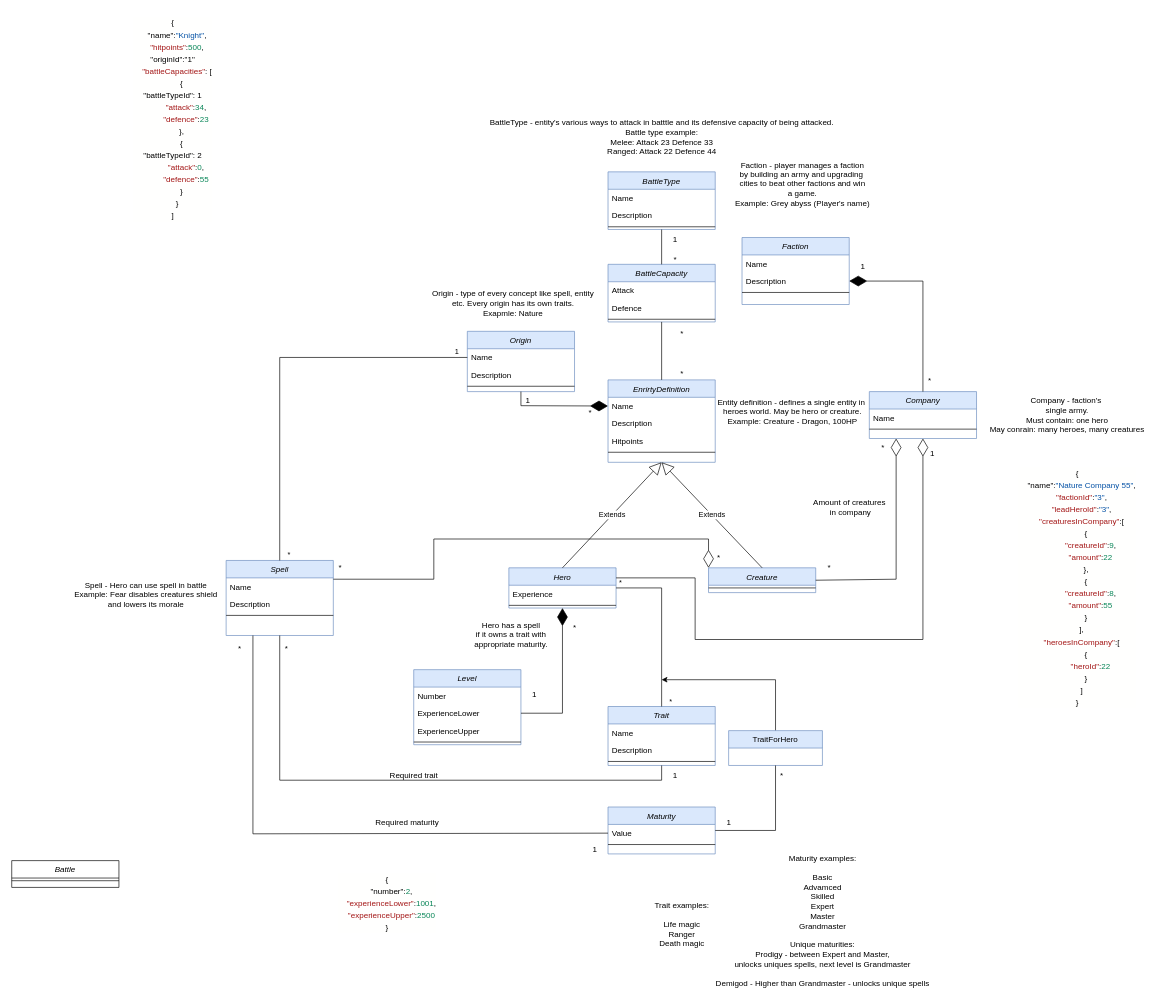
petar111/heroes-system keeps this draw.io diagram as documentation/heroes-overview.drawio. Above is the earlier version. Source tidied: cells renumbered, new cells numbered last; positions are measured from the earlier drawing's top-left corner, leaving out a move shared by most shapes. Both pictures are drawn from the tidied source at 67%, with x=0, y=0 at pixel (11, 11).
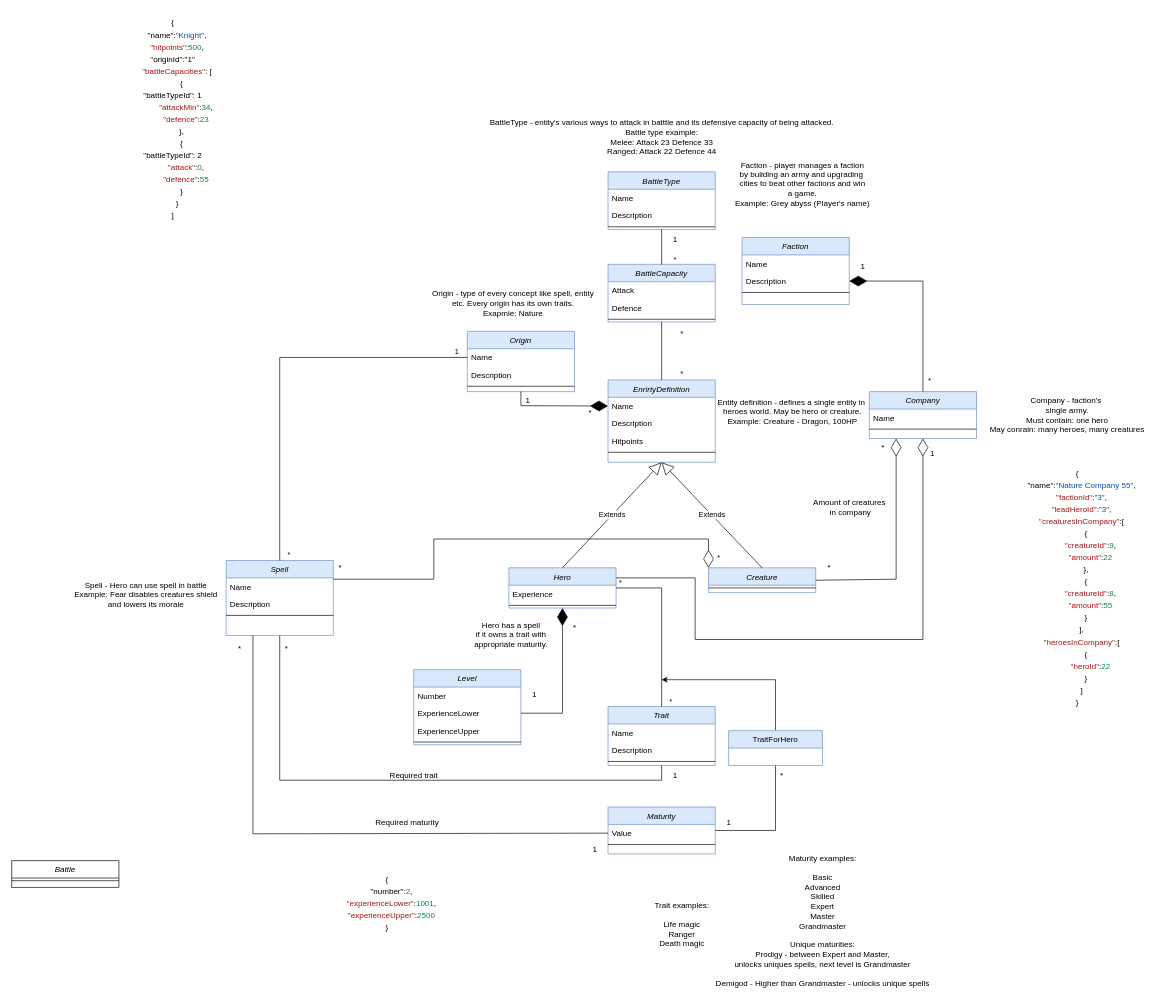
The same page after the edit.

Diff of the diagram source:
```diff
@@
-    <mxCell id="94" value="Maturity examples:&lt;br&gt;&lt;br&gt;Basic&lt;br&gt;Advamced&lt;br&gt;Skilled&lt;br&gt;Expert&lt;br&gt;Master&lt;br&gt;Grandmaster&lt;br&gt;&lt;br&gt;Unique maturities:&lt;br&gt;Prodigy - between Expert and Master, &lt;br&gt;unlocks uniques spells, next level is Grandmaster&lt;br&gt;&lt;br&gt;Demigod - Higher than Grandmaster - unlocks unique spells&lt;br&gt;" style="text;html=1;align=center;verticalAlign=middle;strokeColor=none;fillColor=none;" parent="1" vertex="1">
+    <mxCell id="94" value="Maturity examples:&lt;br&gt;&lt;br&gt;Basic&lt;br&gt;Advanced&lt;br&gt;Skilled&lt;br&gt;Expert&lt;br&gt;Master&lt;br&gt;Grandmaster&lt;br&gt;&lt;br&gt;Unique maturities:&lt;br&gt;Prodigy - between Expert and Master, &lt;br&gt;unlocks uniques spells, next level is Grandmaster&lt;br&gt;&lt;br&gt;Demigod - Higher than Grandmaster - unlocks unique spells" style="text;html=1;align=center;verticalAlign=middle;strokeColor=none;fillColor=none;" parent="1" vertex="1">
       <mxGeometry x="1040" y="1247" width="340" height="220" as="geometry" />
     </mxCell>
@@
-    <mxCell id="102" value="&lt;div style=&quot;background-color: rgb(255, 255, 254); line-height: 18px;&quot;&gt;&lt;div&gt;{&lt;/div&gt;&lt;div&gt;&amp;nbsp;&amp;nbsp;&amp;nbsp;&amp;nbsp;&quot;name&quot;:&lt;span style=&quot;color: #0451a5;&quot;&gt;&quot;Knight&quot;&lt;/span&gt;,&lt;/div&gt;&lt;div&gt;&amp;nbsp;&amp;nbsp;&amp;nbsp;&amp;nbsp;&lt;span style=&quot;color: #a31515;&quot;&gt;&quot;hitpoints&quot;&lt;/span&gt;:&lt;span style=&quot;color: #098658;&quot;&gt;500&lt;/span&gt;,&lt;/div&gt;&lt;div&gt;&quot;originId&quot;:&quot;1&quot;&lt;/div&gt;&lt;div&gt;&amp;nbsp;&amp;nbsp;&amp;nbsp;&amp;nbsp;&lt;span style=&quot;color: #a31515;&quot;&gt;&quot;battleCapacities&quot;&lt;/span&gt;: [&lt;/div&gt;&lt;div&gt;&amp;nbsp;&amp;nbsp;&amp;nbsp;&amp;nbsp;&amp;nbsp;&amp;nbsp;&amp;nbsp;&amp;nbsp;{&lt;/div&gt;&lt;div&gt;&quot;battleTypeId&quot;: 1&lt;/div&gt;&lt;div&gt;&amp;nbsp;&amp;nbsp;&amp;nbsp;&amp;nbsp;&amp;nbsp;&amp;nbsp;&amp;nbsp;&amp;nbsp;&amp;nbsp;&amp;nbsp;&amp;nbsp;&amp;nbsp;&lt;span style=&quot;color: #a31515;&quot;&gt;&quot;attack&quot;&lt;/span&gt;:&lt;span style=&quot;color: #098658;&quot;&gt;34&lt;/span&gt;,&lt;/div&gt;&lt;div&gt;&amp;nbsp;&amp;nbsp;&amp;nbsp;&amp;nbsp;&amp;nbsp;&amp;nbsp;&amp;nbsp;&amp;nbsp;&amp;nbsp;&amp;nbsp;&amp;nbsp;&amp;nbsp;&lt;span style=&quot;color: #a31515;&quot;&gt;&quot;defence&quot;&lt;/span&gt;:&lt;span style=&quot;color: #098658;&quot;&gt;23&lt;/span&gt;&lt;/div&gt;&lt;div&gt;&amp;nbsp;&amp;nbsp;&amp;nbsp;&amp;nbsp;&amp;nbsp;&amp;nbsp;&amp;nbsp;&amp;nbsp;},&lt;/div&gt;&lt;div&gt;&amp;nbsp;&amp;nbsp;&amp;nbsp;&amp;nbsp;&amp;nbsp;&amp;nbsp;&amp;nbsp;&amp;nbsp;{&lt;/div&gt;&lt;div&gt;&quot;battleTypeId&quot;: 2&lt;br&gt;&lt;/div&gt;&lt;div&gt;&amp;nbsp;&amp;nbsp;&amp;nbsp;&amp;nbsp;&amp;nbsp;&amp;nbsp;&amp;nbsp;&amp;nbsp;&amp;nbsp;&amp;nbsp;&amp;nbsp;&amp;nbsp;&lt;span style=&quot;color: #a31515;&quot;&gt;&quot;attack&quot;&lt;/span&gt;:&lt;span style=&quot;color: #098658;&quot;&gt;0&lt;/span&gt;,&lt;/div&gt;&lt;div&gt;&amp;nbsp;&amp;nbsp;&amp;nbsp;&amp;nbsp;&amp;nbsp;&amp;nbsp;&amp;nbsp;&amp;nbsp;&amp;nbsp;&amp;nbsp;&amp;nbsp;&amp;nbsp;&lt;span style=&quot;color: #a31515;&quot;&gt;&quot;defence&quot;&lt;/span&gt;:&lt;span style=&quot;color: #098658;&quot;&gt;55&lt;/span&gt;&lt;/div&gt;&lt;div&gt;&amp;nbsp;&amp;nbsp;&amp;nbsp;&amp;nbsp;&amp;nbsp;&amp;nbsp;&amp;nbsp;&amp;nbsp;}&lt;/div&gt;&lt;div&gt;&amp;nbsp;&amp;nbsp;&amp;nbsp;&amp;nbsp;}&lt;/div&gt;&lt;div&gt;]&lt;/div&gt;&lt;/div&gt;" style="text;html=1;align=center;verticalAlign=middle;strokeColor=none;fillColor=none;" parent="1" vertex="1">
+    <mxCell id="102" value="&lt;div style=&quot;background-color: rgb(255, 255, 254); line-height: 18px;&quot;&gt;&lt;div&gt;{&lt;/div&gt;&lt;div&gt;&amp;nbsp;&amp;nbsp;&amp;nbsp;&amp;nbsp;&quot;name&quot;:&lt;span style=&quot;color: #0451a5;&quot;&gt;&quot;Knight&quot;&lt;/span&gt;,&lt;/div&gt;&lt;div&gt;&amp;nbsp;&amp;nbsp;&amp;nbsp;&amp;nbsp;&lt;span style=&quot;color: #a31515;&quot;&gt;&quot;hitpoints&quot;&lt;/span&gt;:&lt;span style=&quot;color: #098658;&quot;&gt;500&lt;/span&gt;,&lt;/div&gt;&lt;div&gt;&quot;originId&quot;:&quot;1&quot;&lt;/div&gt;&lt;div&gt;&amp;nbsp;&amp;nbsp;&amp;nbsp;&amp;nbsp;&lt;span style=&quot;color: #a31515;&quot;&gt;&quot;battleCapacities&quot;&lt;/span&gt;: [&lt;/div&gt;&lt;div&gt;&amp;nbsp;&amp;nbsp;&amp;nbsp;&amp;nbsp;&amp;nbsp;&amp;nbsp;&amp;nbsp;&amp;nbsp;{&lt;/div&gt;&lt;div&gt;&quot;battleTypeId&quot;: 1&lt;/div&gt;&lt;div&gt;&amp;nbsp;&amp;nbsp;&amp;nbsp;&amp;nbsp;&amp;nbsp;&amp;nbsp;&amp;nbsp;&amp;nbsp;&amp;nbsp;&amp;nbsp;&amp;nbsp;&amp;nbsp;&lt;span style=&quot;color: #a31515;&quot;&gt;&quot;attackMin&quot;&lt;/span&gt;:&lt;span style=&quot;color: #098658;&quot;&gt;34&lt;/span&gt;,&lt;/div&gt;&lt;div&gt;&amp;nbsp;&amp;nbsp;&amp;nbsp;&amp;nbsp;&amp;nbsp;&amp;nbsp;&amp;nbsp;&amp;nbsp;&amp;nbsp;&amp;nbsp;&amp;nbsp;&amp;nbsp;&lt;span style=&quot;color: #a31515;&quot;&gt;&quot;defence&quot;&lt;/span&gt;:&lt;span style=&quot;color: #098658;&quot;&gt;23&lt;/span&gt;&lt;/div&gt;&lt;div&gt;&amp;nbsp;&amp;nbsp;&amp;nbsp;&amp;nbsp;&amp;nbsp;&amp;nbsp;&amp;nbsp;&amp;nbsp;},&lt;/div&gt;&lt;div&gt;&amp;nbsp;&amp;nbsp;&amp;nbsp;&amp;nbsp;&amp;nbsp;&amp;nbsp;&amp;nbsp;&amp;nbsp;{&lt;/div&gt;&lt;div&gt;&quot;battleTypeId&quot;: 2&lt;br&gt;&lt;/div&gt;&lt;div&gt;&amp;nbsp;&amp;nbsp;&amp;nbsp;&amp;nbsp;&amp;nbsp;&amp;nbsp;&amp;nbsp;&amp;nbsp;&amp;nbsp;&amp;nbsp;&amp;nbsp;&amp;nbsp;&lt;span style=&quot;color: #a31515;&quot;&gt;&quot;attack&quot;&lt;/span&gt;:&lt;span style=&quot;color: #098658;&quot;&gt;0&lt;/span&gt;,&lt;/div&gt;&lt;div&gt;&amp;nbsp;&amp;nbsp;&amp;nbsp;&amp;nbsp;&amp;nbsp;&amp;nbsp;&amp;nbsp;&amp;nbsp;&amp;nbsp;&amp;nbsp;&amp;nbsp;&amp;nbsp;&lt;span style=&quot;color: #a31515;&quot;&gt;&quot;defence&quot;&lt;/span&gt;:&lt;span style=&quot;color: #098658;&quot;&gt;55&lt;/span&gt;&lt;/div&gt;&lt;div&gt;&amp;nbsp;&amp;nbsp;&amp;nbsp;&amp;nbsp;&amp;nbsp;&amp;nbsp;&amp;nbsp;&amp;nbsp;}&lt;/div&gt;&lt;div&gt;&amp;nbsp;&amp;nbsp;&amp;nbsp;&amp;nbsp;}&lt;/div&gt;&lt;div&gt;]&lt;/div&gt;&lt;/div&gt;" style="text;html=1;align=center;verticalAlign=middle;strokeColor=none;fillColor=none;" parent="1" vertex="1">
       <mxGeometry x="170" width="140" height="320" as="geometry" />
     </mxCell>
```
